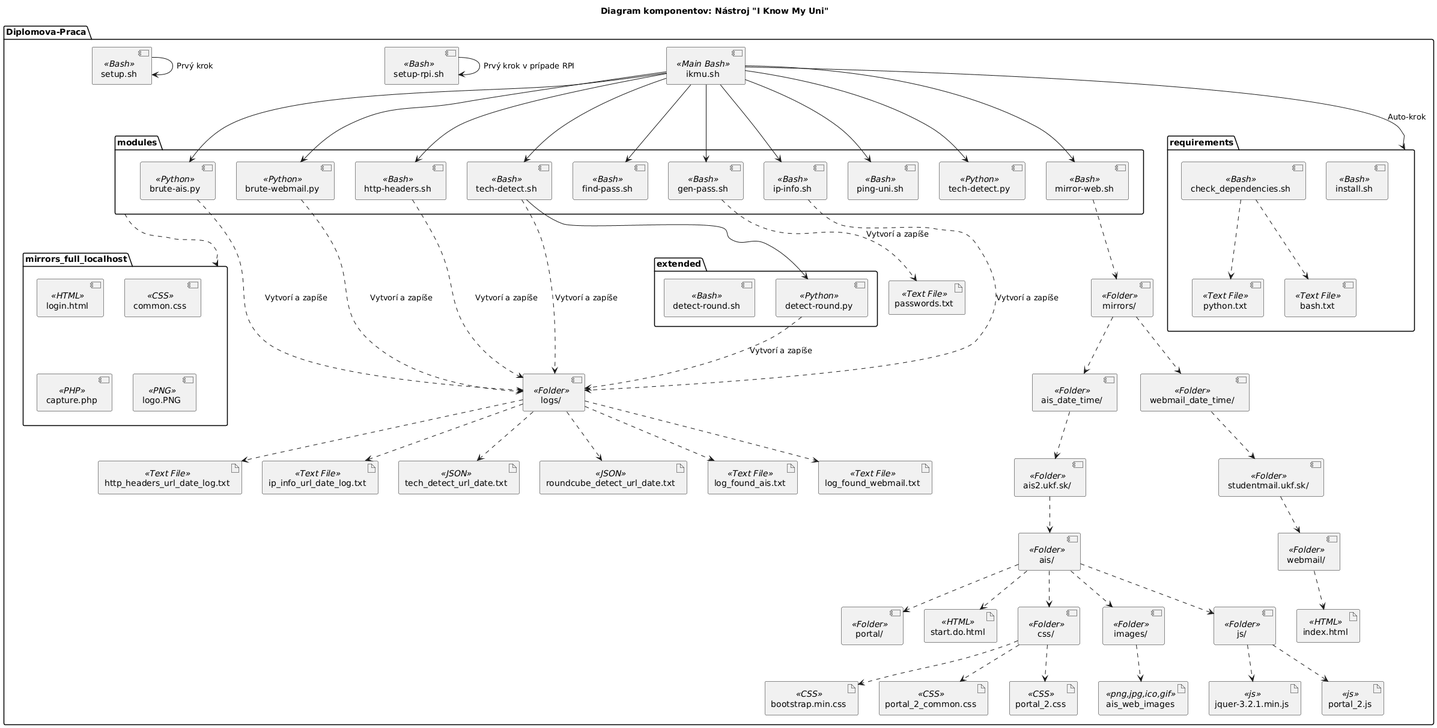
This is diagrams/component_diagram.png from majohlavacka/Diplomova-praca, a PlantUML export, as it was before one commit.
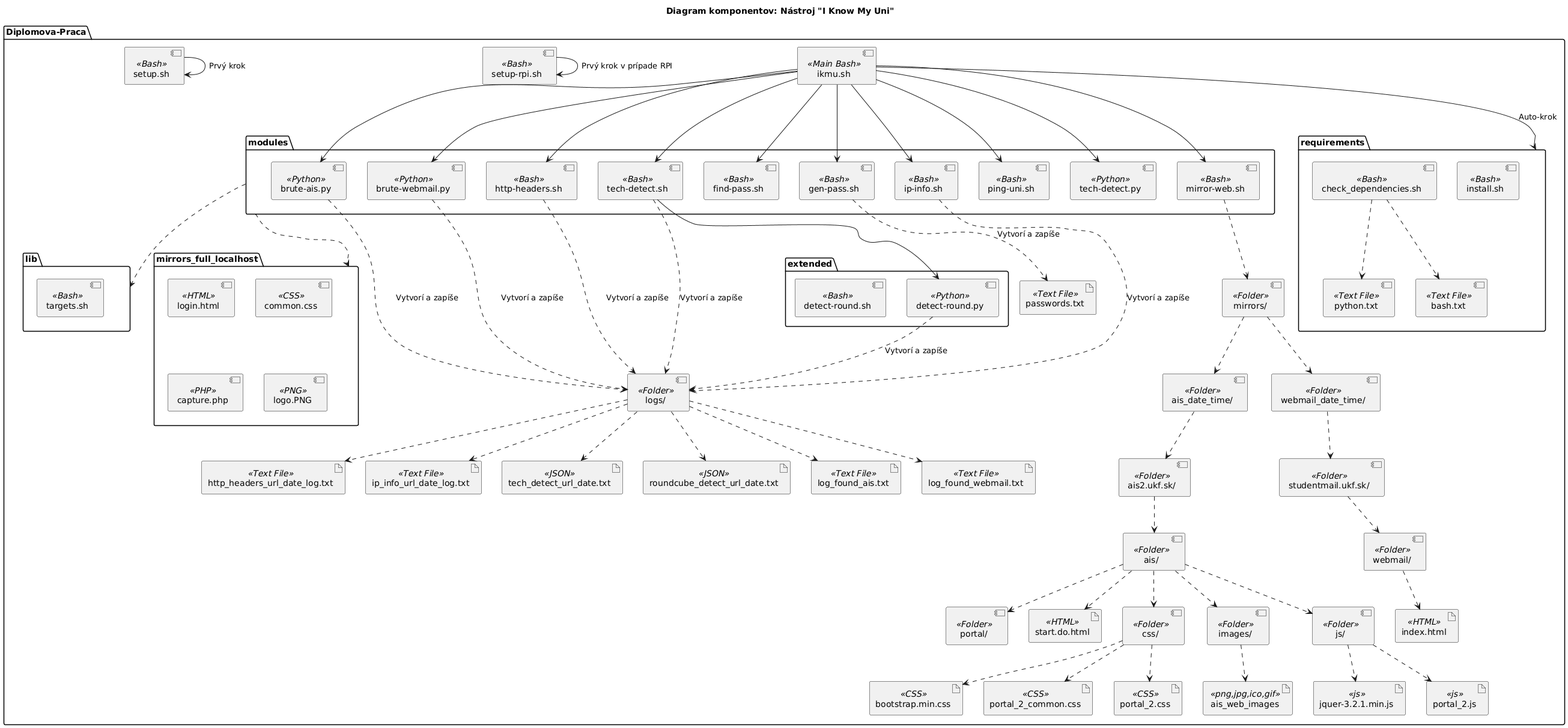
After the commit.

Diff of the diagram source:
```diff
@@ -17,6 +17,10 @@
     component "ping-uni.sh" as ping_uni <<Bash>>
     component "tech-detect.py" as tech_detect_python <<Python>>
     component "mirror-web.sh" as mirror_web <<Bash>>
+  }
+
+  package lib {
+    component "targets.sh" as targets <<Bash>>
   }
 
   package extended {
@@ -124,4 +128,6 @@
 
 detect_round_python ..> logs : Vytvorí a zapíše
 logs ..> roundcube_detect_url_date
+
+modules ..> lib
 @enduml
```
